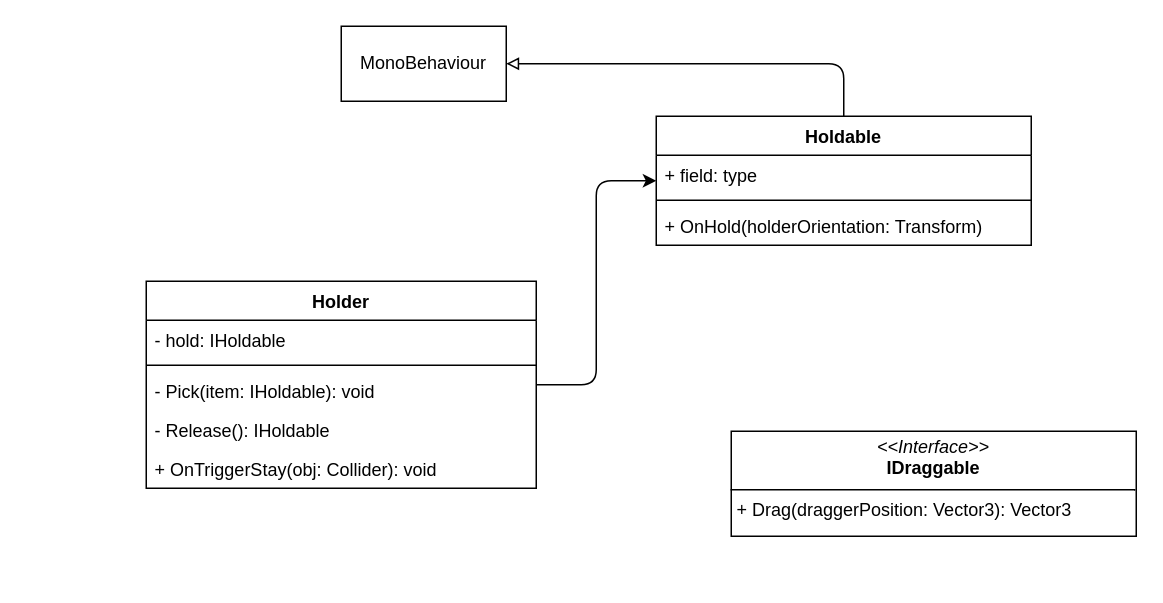
Above: Docs/Player/cls-diagram.drawio in maxleern/NewtonLab (draw.io), before the change. Source tidied: cells renumbered, new cells numbered last; positions are measured from the earlier drawing's top-left corner, leaving out a move shared by most shapes. Both pictures are drawn from the tidied source at 150%, with x=0, y=0 at pixel (146, 26).
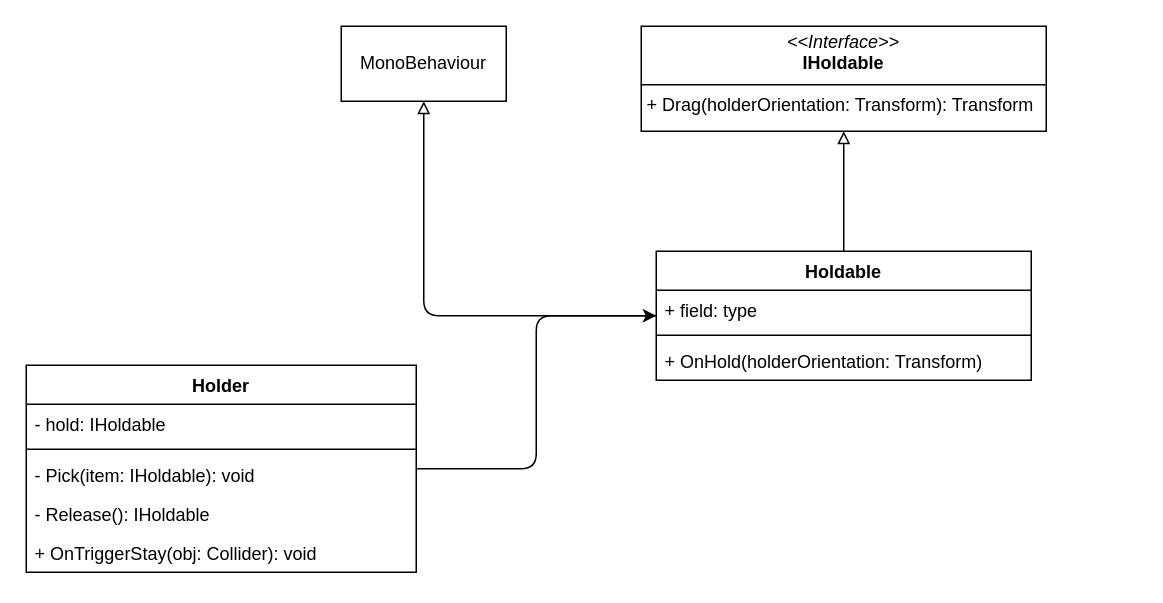
After the change.

Commit message (it also covers changes not shown here):
Update class diagrams for Environment and Player components; add new diagram for ArtificialPhysics

The edit, as a diff of the source:
```diff
@@
 <mxGraphModel>
   <root>
     <mxCell id="0" />
     <mxCell id="1" parent="0" />
     <mxCell id="2" style="edgeStyle=orthogonalEdgeStyle;html=1;libavoidRouting=1;" parent="1" edge="1" source="3" target="10">
       <mxGeometry relative="1" as="geometry">
         <Array as="points">
-          <mxPoint x="300" y="239" />
-          <mxPoint x="300" y="103" />
+          <mxPoint x="260" y="295" />
+          <mxPoint x="260" y="193" />
         </Array>
       </mxGeometry>
     </mxCell>
     <mxCell id="3" value="Holder" style="swimlane;fontStyle=1;align=center;verticalAlign=top;horizontal=1;startSize=26;whiteSpace=wrap;html=1;" parent="1" vertex="1">
-      <mxGeometry y="170" width="260" height="138" as="geometry" />
+      <mxGeometry x="-80" y="226" width="260" height="138" as="geometry" />
     </mxCell>
     <mxCell id="4" value="- hold: IHoldable" style="text;strokeColor=none;fillColor=none;align=left;verticalAlign=top;spacingLeft=4;spacingRight=4;overflow=hidden;whiteSpace=wrap;html=1;" parent="3" vertex="1">
       <mxGeometry y="26" width="260" height="26" as="geometry" />
     </mxCell>
     <mxCell id="5" style="line;strokeWidth=1;fillColor=none;align=left;verticalAlign=middle;spacingTop=-1;spacingLeft=3;spacingRight=3;labelPosition=right;strokeColor=inherit;labelPerimeter=1;" parent="3" vertex="1">
       <mxGeometry y="52" width="260" height="8" as="geometry" />
     </mxCell>
     <mxCell id="6" value="- Pick(item: IHoldable): void" style="text;strokeColor=none;fillColor=none;align=left;verticalAlign=top;spacingLeft=4;spacingRight=4;overflow=hidden;whiteSpace=wrap;html=1;" parent="3" vertex="1">
       <mxGeometry y="60" width="260" height="26" as="geometry" />
     </mxCell>
     <mxCell id="7" value="- Release(): IHoldable" style="text;strokeColor=none;fillColor=none;align=left;verticalAlign=top;spacingLeft=4;spacingRight=4;overflow=hidden;whiteSpace=wrap;html=1;" parent="3" vertex="1">
       <mxGeometry y="86" width="260" height="26" as="geometry" />
     </mxCell>
     <mxCell id="8" value="+ OnTriggerStay(obj: Collider): void" style="text;strokeColor=none;fillColor=none;align=left;verticalAlign=top;spacingLeft=4;spacingRight=4;overflow=hidden;whiteSpace=wrap;html=1;" parent="3" vertex="1">
       <mxGeometry y="112" width="260" height="26" as="geometry" />
     </mxCell>
     <mxCell id="9" style="edgeStyle=orthogonalEdgeStyle;html=1;endArrow=block;endFill=0;libavoidRouting=1;" parent="1" edge="1" source="10" target="14">
       <mxGeometry relative="1" as="geometry">
         <Array as="points">
-          <mxPoint x="465" y="25" />
+          <mxPoint x="185" y="193" />
         </Array>
       </mxGeometry>
     </mxCell>
+    <mxCell id="16" style="edgeStyle=none;html=1;endArrow=block;endFill=0;" parent="1" edge="1" source="10" target="15">
+      <mxGeometry relative="1" as="geometry" />
+    </mxCell>
     <mxCell id="10" value="Holdable" style="swimlane;fontStyle=1;align=center;verticalAlign=top;horizontal=1;startSize=26;whiteSpace=wrap;html=1;" parent="1" vertex="1">
-      <mxGeometry x="340" y="60" width="250" height="86" as="geometry" />
+      <mxGeometry x="340" y="150" width="250" height="86" as="geometry" />
     </mxCell>
     <mxCell id="11" value="+ field: type" style="text;strokeColor=none;fillColor=none;align=left;verticalAlign=top;spacingLeft=4;spacingRight=4;overflow=hidden;whiteSpace=wrap;html=1;" parent="10" vertex="1">
       <mxGeometry y="26" width="250" height="26" as="geometry" />
     </mxCell>
     <mxCell id="12" style="line;strokeWidth=1;fillColor=none;align=left;verticalAlign=middle;spacingTop=-1;spacingLeft=3;spacingRight=3;labelPosition=right;strokeColor=inherit;labelPerimeter=1;" parent="10" vertex="1">
       <mxGeometry y="52" width="250" height="8" as="geometry" />
     </mxCell>
     <mxCell id="13" value="+ OnHold(holderOrientation: Transform)" style="text;strokeColor=none;fillColor=none;align=left;verticalAlign=top;spacingLeft=4;spacingRight=4;overflow=hidden;whiteSpace=wrap;html=1;" parent="10" vertex="1">
       <mxGeometry y="60" width="250" height="26" as="geometry" />
     </mxCell>
     <mxCell id="14" value="MonoBehaviour" style="html=1;whiteSpace=wrap;" parent="1" vertex="1">
       <mxGeometry x="130" width="110" height="50" as="geometry" />
     </mxCell>
-    <mxCell id="15" value="&lt;p style=&quot;margin:0px;margin-top:4px;text-align:center;&quot;&gt;&lt;i&gt;&amp;lt;&amp;lt;Interface&amp;gt;&amp;gt;&lt;/i&gt;&lt;br&gt;&lt;b&gt;IDraggable&lt;/b&gt;&lt;/p&gt;&lt;hr size=&quot;1&quot; style=&quot;border-style:solid;&quot;&gt;&lt;p style=&quot;margin:0px;margin-left:4px;&quot;&gt;+ Drag(draggerPosition: Vector3): Vector3&lt;/p&gt;" style="verticalAlign=top;align=left;overflow=fill;html=1;whiteSpace=wrap;" parent="1" vertex="1">
-      <mxGeometry x="390" y="270" width="270" height="70" as="geometry" />
+    <mxCell id="15" value="&lt;p style=&quot;margin:0px;margin-top:4px;text-align:center;&quot;&gt;&lt;i&gt;&amp;lt;&amp;lt;Interface&amp;gt;&amp;gt;&lt;/i&gt;&lt;br&gt;&lt;b&gt;IHoldable&lt;/b&gt;&lt;/p&gt;&lt;hr size=&quot;1&quot; style=&quot;border-style:solid;&quot;&gt;&lt;p style=&quot;margin:0px;margin-left:4px;&quot;&gt;+ Drag(holderOrientation: Transform): Transform&lt;/p&gt;" style="verticalAlign=top;align=left;overflow=fill;html=1;whiteSpace=wrap;" parent="1" vertex="1">
+      <mxGeometry x="330" width="270" height="70" as="geometry" />
     </mxCell>
   </root>
 </mxGraphModel>
```
